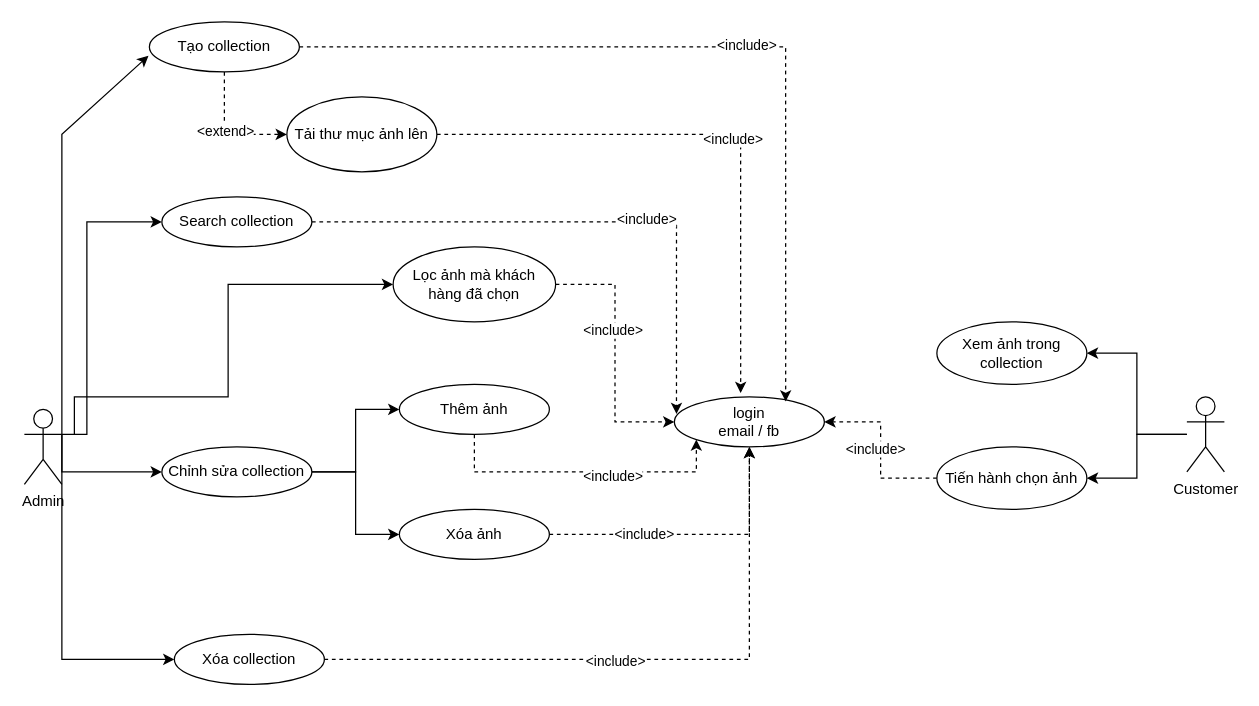
The draw.io diagram ImageStored/ImageSystems.drawio in lanhdevGH/DesignSystem, before the edit. Source tidied: cells renumbered, new cells numbered last; positions are measured from the earlier drawing's top-left corner, leaving out a move shared by most shapes. Both pictures are drawn from the tidied source at 125%, with x=0, y=0 at pixel (24, 21).
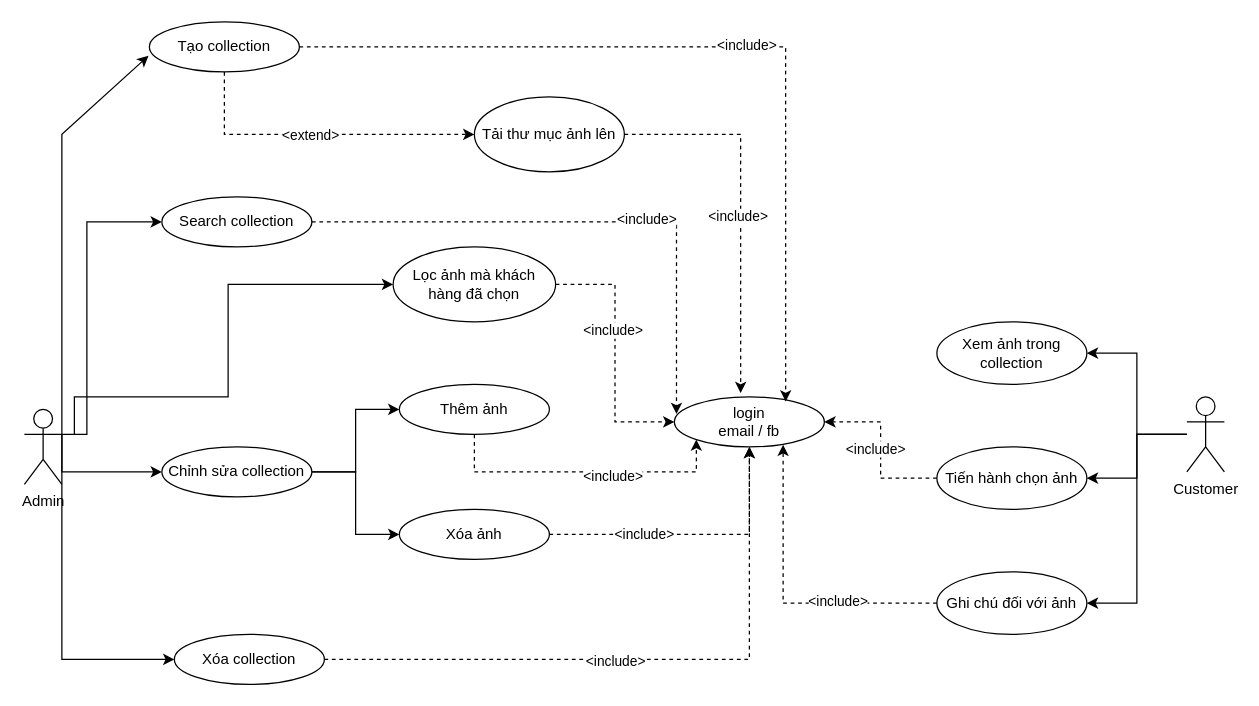
The same page after the edit.

Unchanged cells that the change refers to:
```xml
<mxCell id="7" value="Customer&lt;div&gt;&lt;br&gt;&lt;/div&gt;" style="shape=umlActor;verticalLabelPosition=bottom;verticalAlign=top;html=1;outlineConnect=0;" parent="1" vertex="1">
  <mxGeometry x="930" y="300" width="30" height="60" as="geometry" />
</mxCell>
<mxCell id="29" value="login&lt;br&gt;email / fb" style="ellipse;whiteSpace=wrap;html=1;" parent="1" vertex="1">
  <mxGeometry x="520" y="300" width="120" height="40" as="geometry" />
</mxCell>
```

The edit, as a diff of the source:
```diff
@@
+    <mxCell id="42" style="edgeStyle=orthogonalEdgeStyle;rounded=0;jettySize=auto;html=1;entryX=1;entryY=0.5;entryDx=0;entryDy=0;" parent="1" edge="1" source="7" target="43">
+      <mxGeometry relative="1" as="geometry" />
+    </mxCell>
@@
     <mxCell id="22" value="Tải thư mục ảnh lên" style="ellipse;whiteSpace=wrap;html=1;" parent="1" vertex="1">
-      <mxGeometry x="210" y="60" width="120" height="60" as="geometry" />
+      <mxGeometry x="360" y="60" width="120" height="60" as="geometry" />
     </mxCell>
@@
+    <mxCell id="43" value="Ghi chú đối với ảnh" style="ellipse;whiteSpace=wrap;html=1;" parent="1" vertex="1">
+      <mxGeometry x="730" y="440" width="120" height="50" as="geometry" />
+    </mxCell>
+    <mxCell id="44" style="edgeStyle=orthogonalEdgeStyle;rounded=0;jettySize=auto;html=1;entryX=0.725;entryY=0.958;entryDx=0;entryDy=0;entryPerimeter=0;dashed=1;" parent="1" edge="1" source="43" target="29">
+      <mxGeometry relative="1" as="geometry" />
+    </mxCell>
+    <mxCell id="45" value="&amp;lt;include&amp;gt;" style="edgeLabel;html=1;align=center;verticalAlign=middle;" parent="44" vertex="1">
+      <mxGeometry x="-0.36" y="-2" relative="1" as="geometry" />
+    </mxCell>
```
